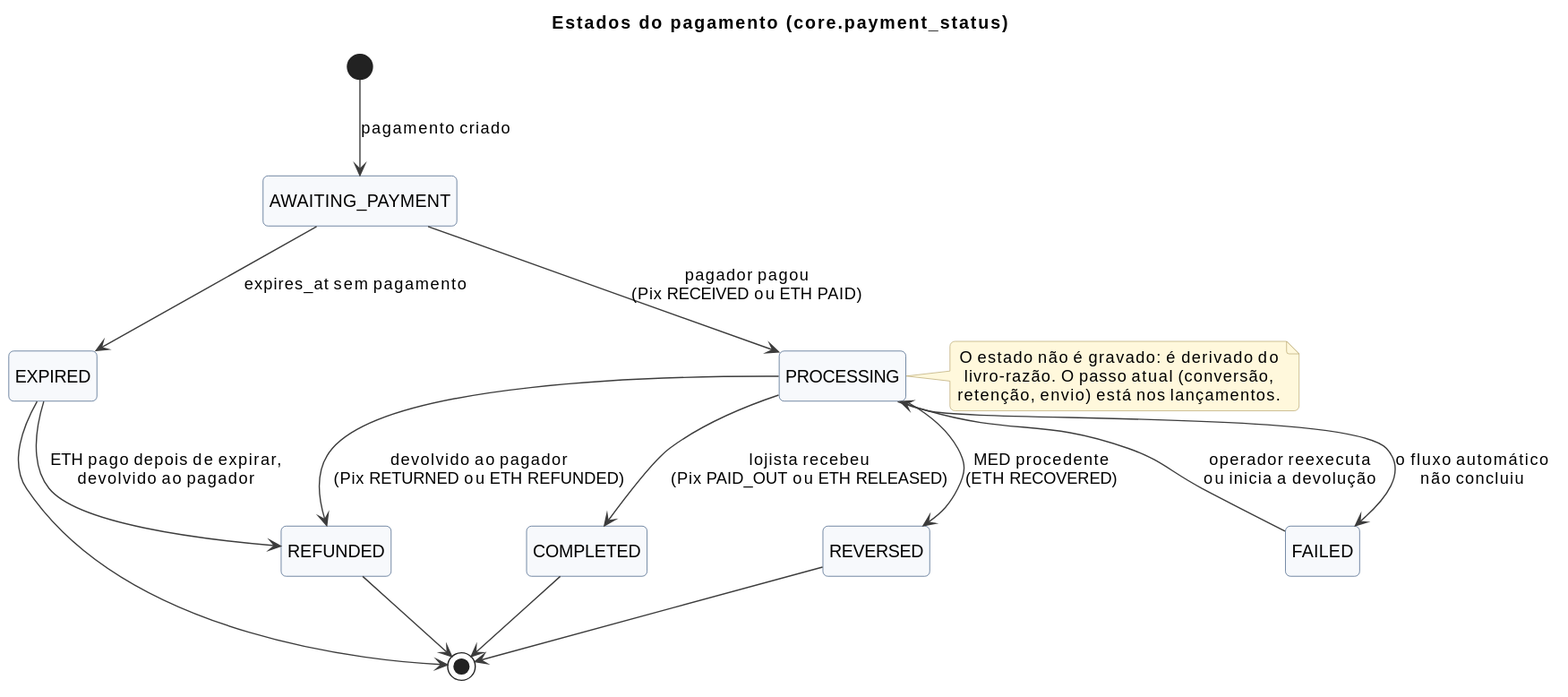
BrunoViotto18/Pixeth keeps this PlantUML diagram as docs/diagrams/svg/dominio/estados-pagamento.svg. Above is the earlier version.
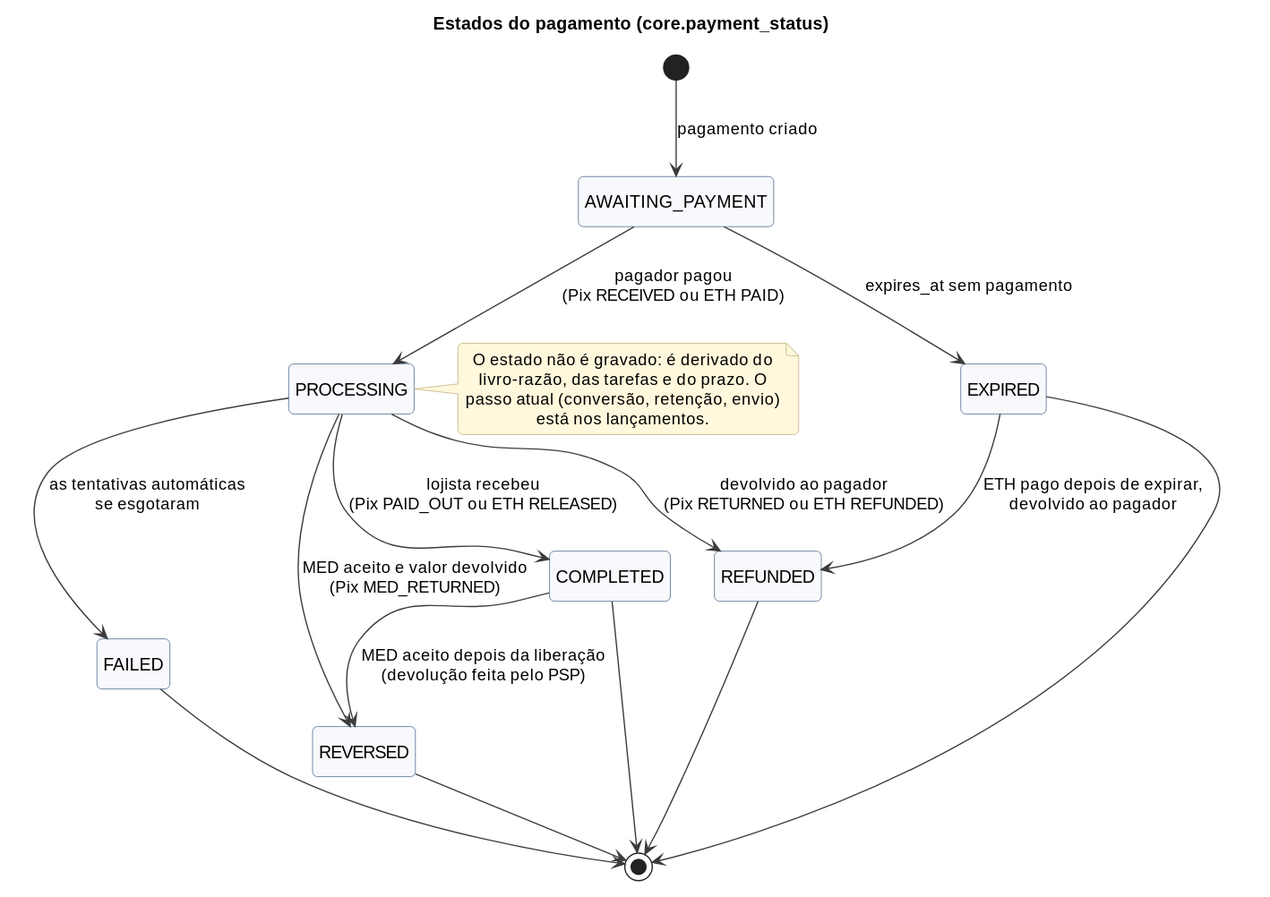
After the commit.

Change to the diagram source:
```diff
@@ -11,20 +11,22 @@
 
 PROCESSING --> COMPLETED : lojista recebeu\n(Pix PAID_OUT ou ETH RELEASED)
 PROCESSING --> REFUNDED : devolvido ao pagador\n(Pix RETURNED ou ETH REFUNDED)
-PROCESSING --> REVERSED : MED procedente\n(ETH RECOVERED)
-PROCESSING --> FAILED : o fluxo automático\nnão concluiu
-FAILED --> PROCESSING : operador reexecuta\nou inicia a devolução
+PROCESSING --> REVERSED : MED aceito e valor devolvido\n(Pix MED_RETURNED)
+PROCESSING --> FAILED : as tentativas automáticas\nse esgotaram
+COMPLETED --> REVERSED : MED aceito depois da liberação\n(devolução feita pelo PSP)
 
 EXPIRED --> REFUNDED : ETH pago depois de expirar,\ndevolvido ao pagador
 
 COMPLETED --> [*]
+FAILED --> [*]
 REFUNDED --> [*]
 REVERSED --> [*]
 EXPIRED --> [*]
 
 note right of PROCESSING
   O estado não é gravado: é derivado do
-  livro-razão. O passo atual (conversão,
-  retenção, envio) está nos lançamentos.
+  livro-razão, das tarefas e do prazo. O
+  passo atual (conversão, retenção, envio)
+  está nos lançamentos.
 end note
 @enduml
```
